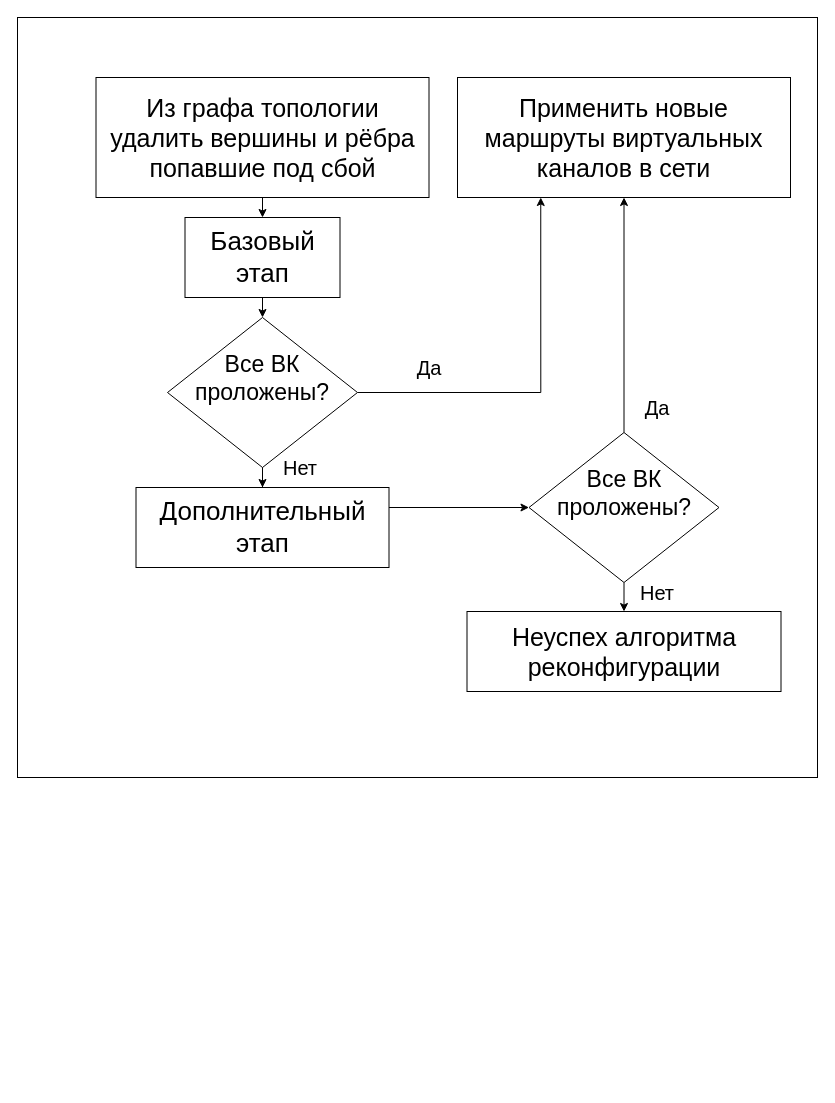
Above: text/raw/alg.drawio in tanika95/trunos (draw.io), before the change. Source tidied: cells renumbered, new cells numbered last; positions are measured from the earlier drawing's top-left corner, leaving out a move shared by most shapes. Both pictures are drawn from the tidied source at 100%, with x=0, y=0 at pixel (17, 17).
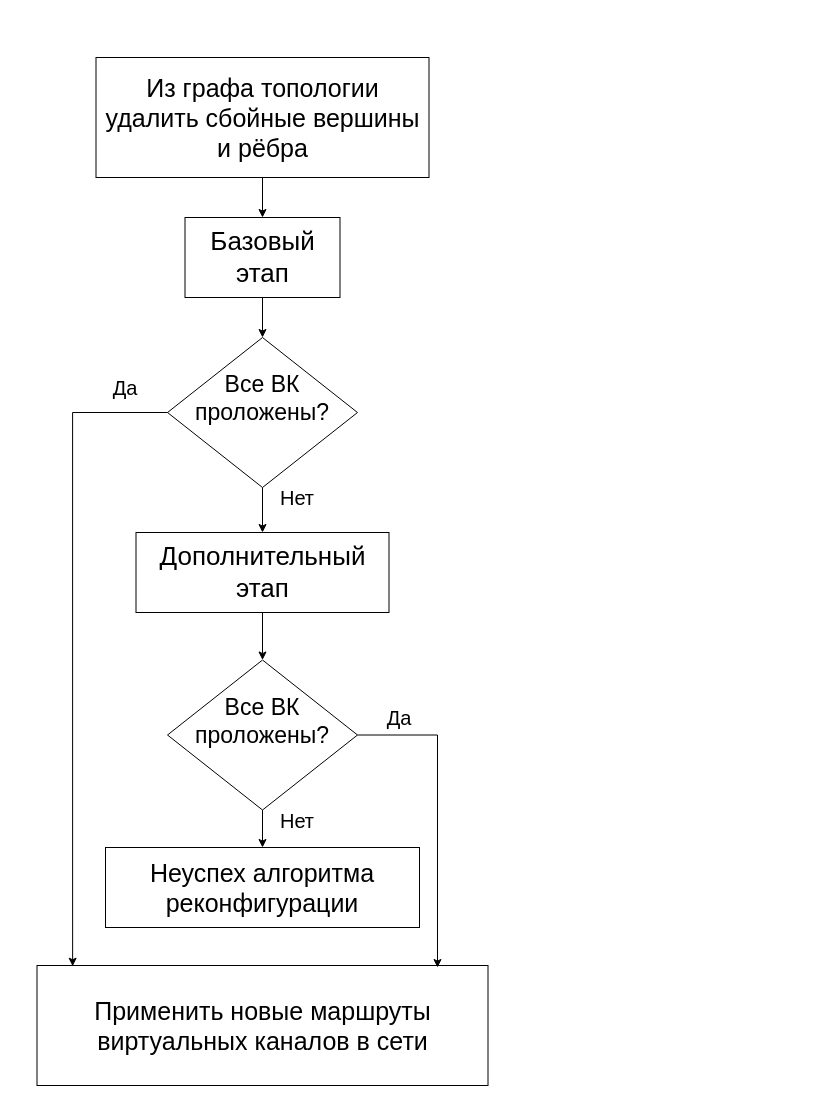
Above is the later version.

Change to the diagram source:
```diff
@@
-    <mxCell id="2" style="rounded=0;whiteSpace=wrap;html=1;fontSize=20;" parent="1" vertex="1">
-      <mxGeometry width="800" height="760" as="geometry" />
-    </mxCell>
@@
-    <mxCell id="4" value="Из графа топологии удалить вершины и рёбра попавшие под сбой" style="rounded=0;whiteSpace=wrap;html=1;fontSize=25;" parent="1" vertex="1">
-      <mxGeometry x="78.5" y="60" width="333" height="120" as="geometry" />
+    <mxCell id="4" value="Из графа топологии удалить сбойные вершины и рёбра" style="rounded=0;whiteSpace=wrap;html=1;fontSize=25;" parent="1" vertex="1">
+      <mxGeometry x="78.5" y="40" width="333" height="120" as="geometry" />
     </mxCell>
     <mxCell id="5" value="Применить новые маршруты виртуальных каналов в сети" style="rounded=0;whiteSpace=wrap;html=1;fontSize=25;" parent="1" vertex="1">
-      <mxGeometry x="440" y="60" width="333" height="120" as="geometry" />
+      <mxGeometry x="19.5" y="948" width="451" height="120" as="geometry" />
     </mxCell>
@@
-    <mxCell id="8" value="&lt;blockquote style=&quot;font-size: 17px&quot;&gt;&lt;div align=&quot;right&quot;&gt;&lt;br&gt;&lt;/div&gt;&lt;/blockquote&gt;" style="edgeStyle=orthogonalEdgeStyle;rounded=0;jettySize=auto;html=1;exitX=0.5;exitY=1;exitDx=0;exitDy=0;entryX=0.5;entryY=0;entryDx=0;entryDy=0;fontSize=25;" parent="1" edge="1" source="11" target="13">
-      <mxGeometry x="-1" y="25" relative="1" as="geometry" />
+    <mxCell id="8" value="&lt;blockquote style=&quot;font-size: 17px&quot;&gt;&lt;div align=&quot;right&quot;&gt;&lt;br&gt;&lt;/div&gt;&lt;/blockquote&gt;" style="edgeStyle=orthogonalEdgeStyle;rounded=0;orthogonalLoop=1;jettySize=auto;html=1;exitX=0.5;exitY=1;exitDx=0;exitDy=0;entryX=0.5;entryY=0;entryDx=0;entryDy=0;fontSize=25;" parent="1" edge="1">
+      <mxGeometry y="25" relative="1" as="geometry">
+        <mxPoint x="282.5" y="490" as="sourcePoint" />
+        <mxPoint x="282.5" y="530" as="targetPoint" />
+      </mxGeometry>
     </mxCell>
@@
-    <mxCell id="10" style="edgeStyle=orthogonalEdgeStyle;rounded=0;jettySize=auto;html=1;exitX=1;exitY=0.5;exitDx=0;exitDy=0;entryX=0.25;entryY=1;entryDx=0;entryDy=0;fontSize=25;" parent="1" edge="1" source="11" target="5">
-      <mxGeometry relative="1" as="geometry" />
+    <mxCell id="10" style="edgeStyle=orthogonalEdgeStyle;rounded=0;jettySize=auto;html=1;exitX=0;exitY=0.5;exitDx=0;exitDy=0;entryX=0.079;entryY=0.006;entryDx=0;entryDy=0;entryPerimeter=0;" parent="1" edge="1" source="11" target="5">
+      <mxGeometry relative="1" as="geometry">
+        <Array as="points">
+          <mxPoint x="55" y="395" />
+        </Array>
+      </mxGeometry>
     </mxCell>
     <mxCell id="11" value="&lt;div style=&quot;font-size: 23px&quot;&gt;Все ВК проложены?&lt;/div&gt;&lt;div style=&quot;font-size: 23px&quot;&gt;&lt;br&gt;&lt;/div&gt;" style="rhombus;whiteSpace=wrap;html=1;fontSize=23;" parent="1" vertex="1">
-      <mxGeometry x="150" y="300" width="190" height="150" as="geometry" />
+      <mxGeometry x="150" y="320" width="190" height="150" as="geometry" />
     </mxCell>
-    <mxCell id="12" style="edgeStyle=orthogonalEdgeStyle;rounded=0;jettySize=auto;html=1;exitX=1;exitY=0.25;exitDx=0;exitDy=0;fontSize=20;" parent="1" edge="1" source="13" target="16">
+    <mxCell id="12" style="edgeStyle=orthogonalEdgeStyle;rounded=0;jettySize=auto;html=1;exitX=0.5;exitY=1;exitDx=0;exitDy=0;entryX=0.5;entryY=0;entryDx=0;entryDy=0;" parent="1" edge="1" source="13" target="16">
       <mxGeometry relative="1" as="geometry" />
     </mxCell>
+    <mxCell id="14" style="edgeStyle=orthogonalEdgeStyle;rounded=0;jettySize=auto;html=1;exitX=1;exitY=0.5;exitDx=0;exitDy=0;entryX=0.888;entryY=0.017;entryDx=0;entryDy=0;entryPerimeter=0;" parent="1" edge="1" source="16" target="5">
+      <mxGeometry relative="1" as="geometry">
+        <Array as="points">
+          <mxPoint x="420" y="717" />
+        </Array>
+      </mxGeometry>
+    </mxCell>
     <mxCell id="13" value="&lt;div style=&quot;font-size: 26px&quot; align=&quot;center&quot;&gt;Дополнительный этап&lt;br style=&quot;font-size: 26px&quot;&gt;&lt;/div&gt;" style="rounded=0;whiteSpace=wrap;html=1;fontSize=26;" parent="1" vertex="1">
-      <mxGeometry x="118.5" y="470" width="253" height="80" as="geometry" />
+      <mxGeometry x="118.5" y="515" width="253" height="80" as="geometry" />
     </mxCell>
-    <mxCell id="14" style="edgeStyle=orthogonalEdgeStyle;rounded=0;jettySize=auto;html=1;exitX=0.5;exitY=0;exitDx=0;exitDy=0;entryX=0.5;entryY=1;entryDx=0;entryDy=0;fontSize=20;" parent="1" edge="1" source="16" target="5">
-      <mxGeometry relative="1" as="geometry" />
-    </mxCell>
@@
     <mxCell id="16" value="&lt;div style=&quot;font-size: 23px&quot;&gt;Все ВК проложены?&lt;/div&gt;&lt;div style=&quot;font-size: 23px&quot;&gt;&lt;br&gt;&lt;/div&gt;" style="rhombus;whiteSpace=wrap;html=1;fontSize=23;" parent="1" vertex="1">
-      <mxGeometry x="511.5" y="415" width="190" height="150" as="geometry" />
+      <mxGeometry x="150" y="642.5" width="190" height="150" as="geometry" />
     </mxCell>
     <mxCell id="17" value="Неуспех алгоритма реконфигурации" style="rounded=0;whiteSpace=wrap;html=1;fontSize=25;" parent="1" vertex="1">
-      <mxGeometry x="449.5" y="594" width="314" height="80" as="geometry" />
+      <mxGeometry x="88" y="830" width="314" height="80" as="geometry" />
     </mxCell>
     <mxCell id="18" value="Да" style="text;html=1;strokeColor=none;fillColor=none;align=center;verticalAlign=middle;whiteSpace=wrap;rounded=0;fontSize=20;" parent="1" vertex="1">
-      <mxGeometry x="392" y="340" width="40" height="20" as="geometry" />
+      <mxGeometry x="88" y="360" width="40" height="20" as="geometry" />
     </mxCell>
     <mxCell id="19" value="Нет" style="text;html=1;strokeColor=none;fillColor=none;align=center;verticalAlign=middle;whiteSpace=wrap;rounded=0;fontSize=20;" parent="1" vertex="1">
-      <mxGeometry x="262.5" y="440" width="40" height="20" as="geometry" />
+      <mxGeometry x="260" y="470" width="40" height="20" as="geometry" />
     </mxCell>
     <mxCell id="20" value="Да" style="text;html=1;strokeColor=none;fillColor=none;align=center;verticalAlign=middle;whiteSpace=wrap;rounded=0;fontSize=20;" parent="1" vertex="1">
-      <mxGeometry x="620" y="380" width="40" height="20" as="geometry" />
+      <mxGeometry x="362" y="690" width="40" height="20" as="geometry" />
     </mxCell>
     <mxCell id="21" value="Нет" style="text;html=1;strokeColor=none;fillColor=none;align=center;verticalAlign=middle;whiteSpace=wrap;rounded=0;fontSize=20;" parent="1" vertex="1">
-      <mxGeometry x="620" y="565" width="40" height="20" as="geometry" />
+      <mxGeometry x="260" y="792.5" width="40" height="20" as="geometry" />
     </mxCell>
```
